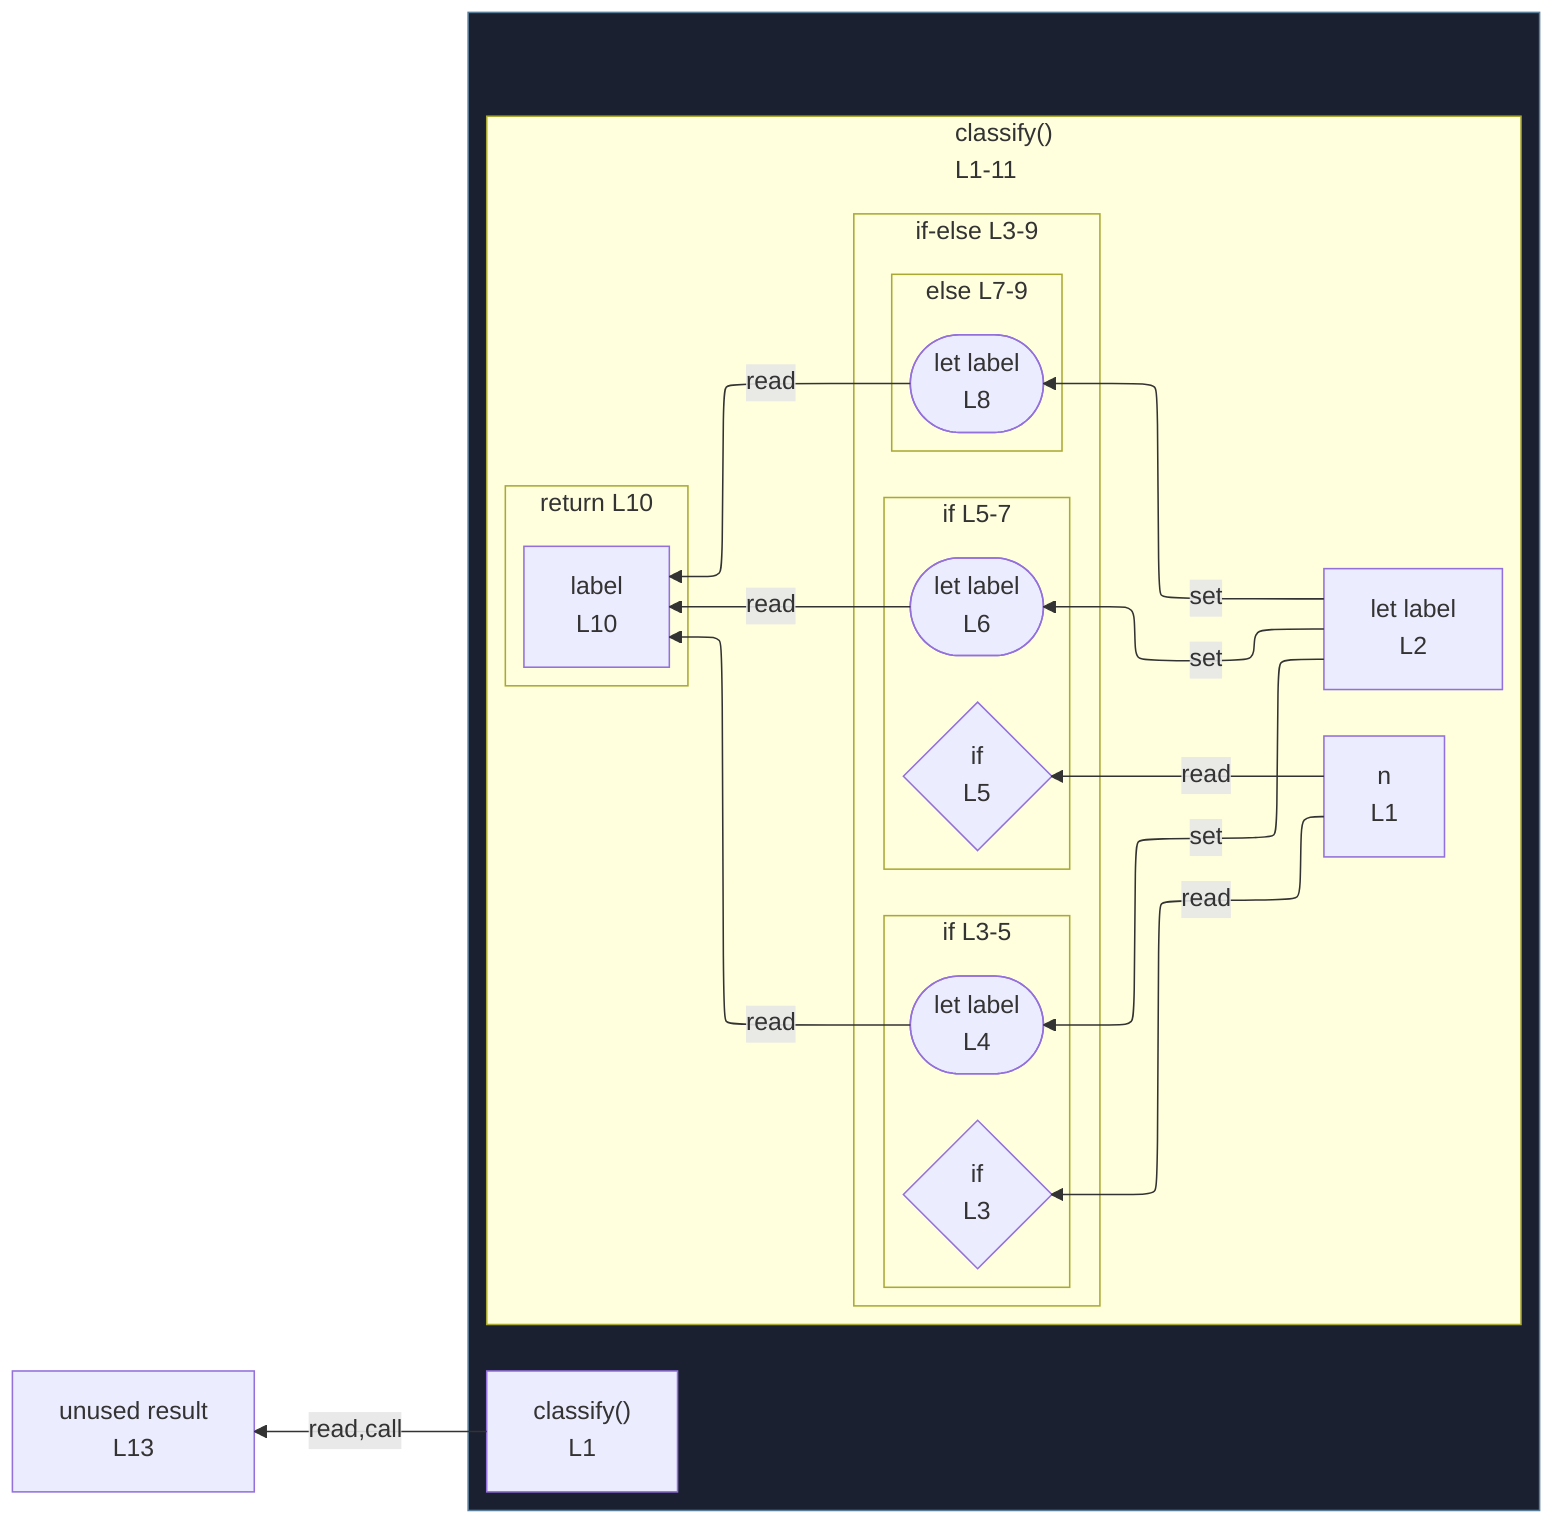
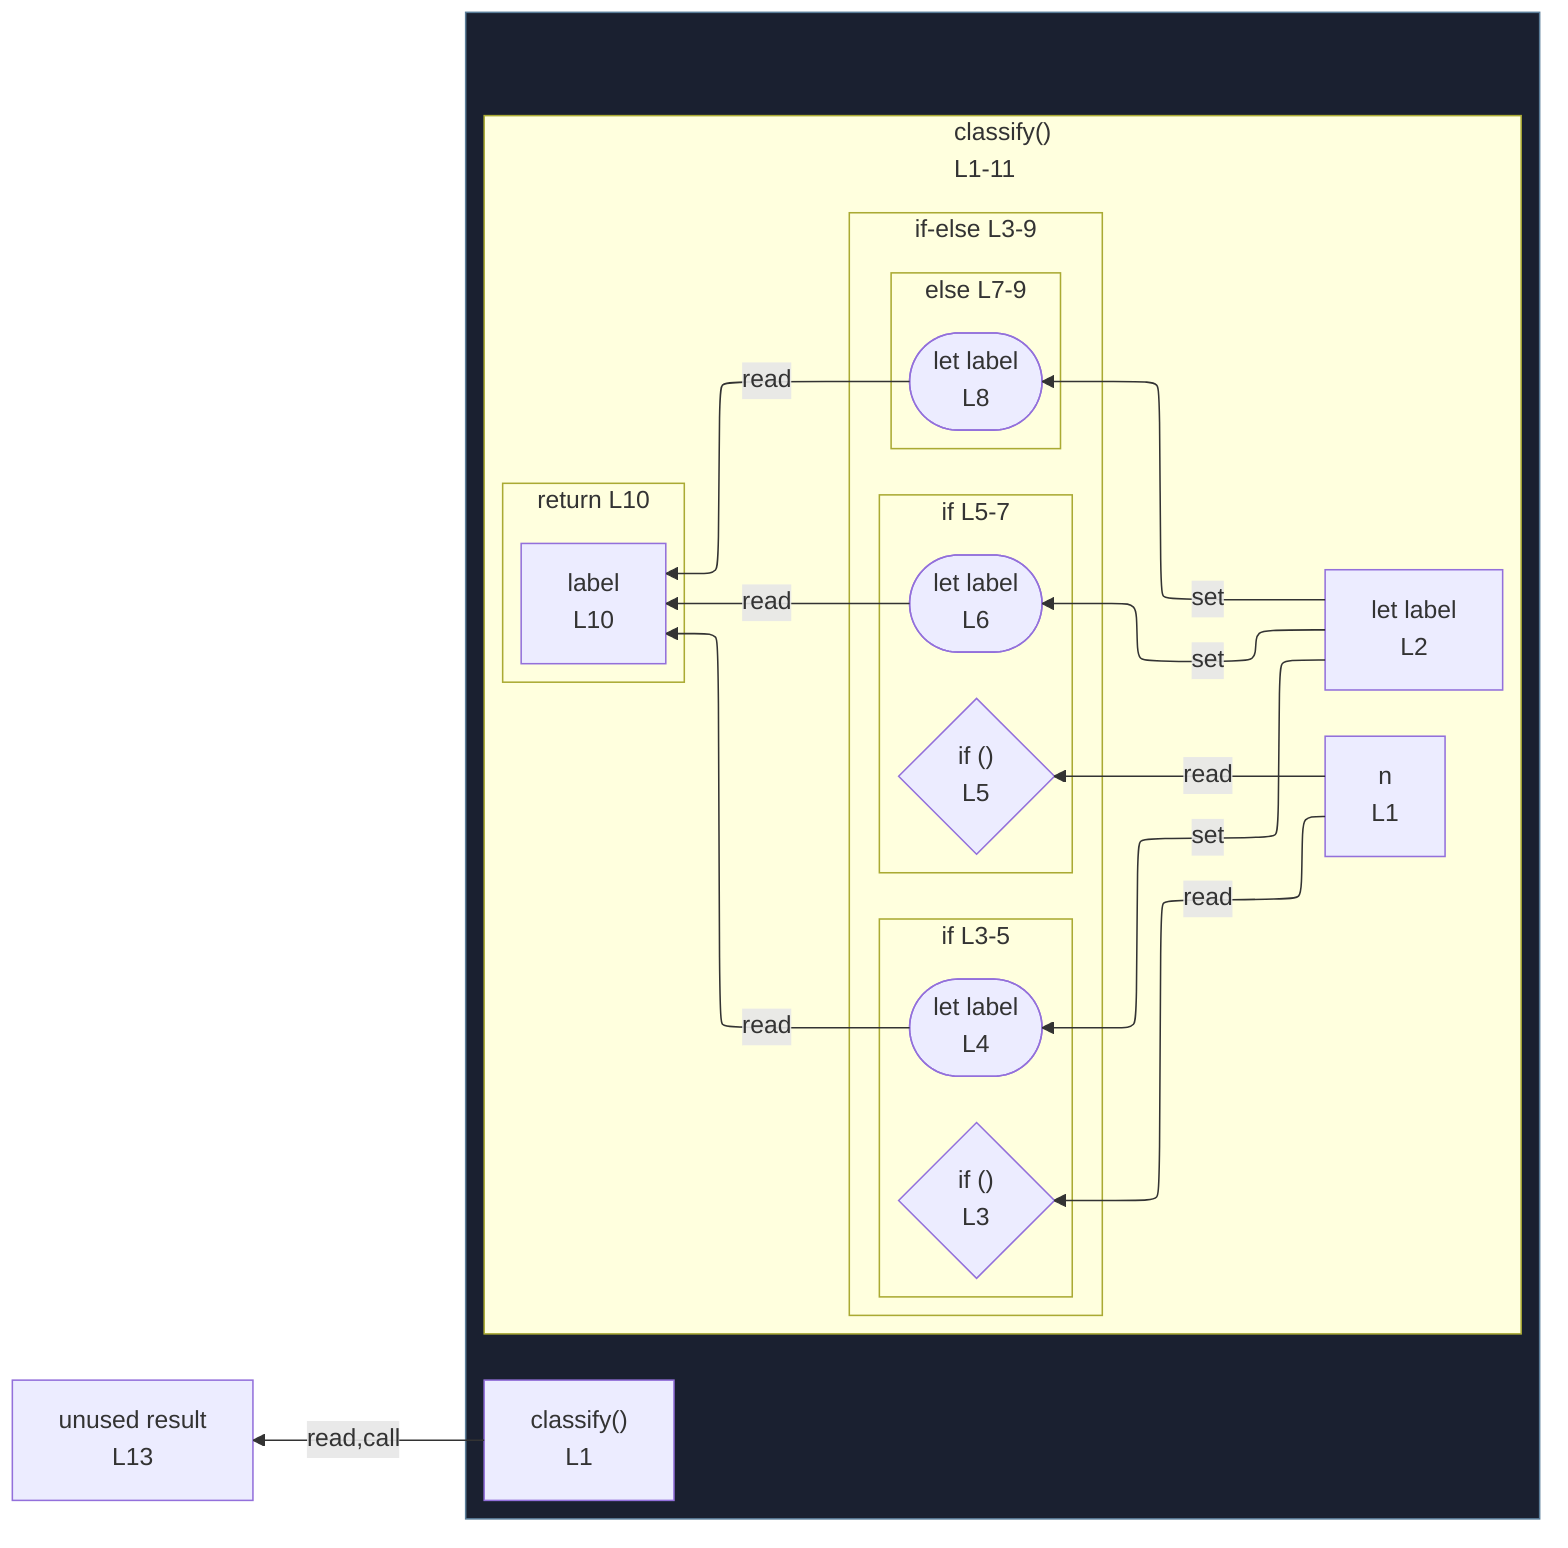
%%{init: {"flowchart": {"defaultRenderer": "elk"}}}%%
flowchart RL
  n_scope_0_result_189["unused result<br/>L13"]
  subgraph wrap_s_scope_1[" "]
    direction TB
    n_scope_0_classify_9["classify()<br/>L1"]
    subgraph s_scope_1["classify()<br/>L1-11"]
      direction RL
      n_scope_1_n_18["n<br/>L1"]
      n_scope_1_label_37["let label<br/>L2"]
      subgraph cont_if_scope_1_46["if-else L3-9"]
        direction RL
        subgraph s_scope_2["if L3-5"]
          direction RL
-           if_test_scope_1_46{"if<br/>L3"}
+           if_test_scope_1_46{"if ()<br/>L3"}
          wr_ref_1(["let label<br/>L4"])
        end
        subgraph s_scope_3["if L5-7"]
          direction RL
-           if_test_scope_1_92{"if<br/>L5"}
+           if_test_scope_1_92{"if ()<br/>L5"}
          wr_ref_3(["let label<br/>L6"])
        end
        subgraph s_scope_4["else L7-9"]
          direction RL
          wr_ref_4(["let label<br/>L8"])
        end
      end
      subgraph s_return_scope_0_classify_9_166_179["return L10"]
        direction RL
        ret_use_ref_5["label<br/>L10"]
      end
    end
  end
  n_scope_1_label_37 -->|set| wr_ref_1
  n_scope_1_label_37 -->|set| wr_ref_3
  n_scope_1_label_37 -->|set| wr_ref_4
  n_scope_1_n_18 -->|read| if_test_scope_1_46
  n_scope_1_n_18 -->|read| if_test_scope_1_92
  wr_ref_1 -->|read| ret_use_ref_5
  wr_ref_3 -->|read| ret_use_ref_5
  wr_ref_4 -->|read| ret_use_ref_5
  n_scope_0_classify_9 -->|read,call| n_scope_0_result_189
  classDef fnWrap fill:#1a2030,stroke:#5a7d99;
  class wrap_s_scope_1 fnWrap;
